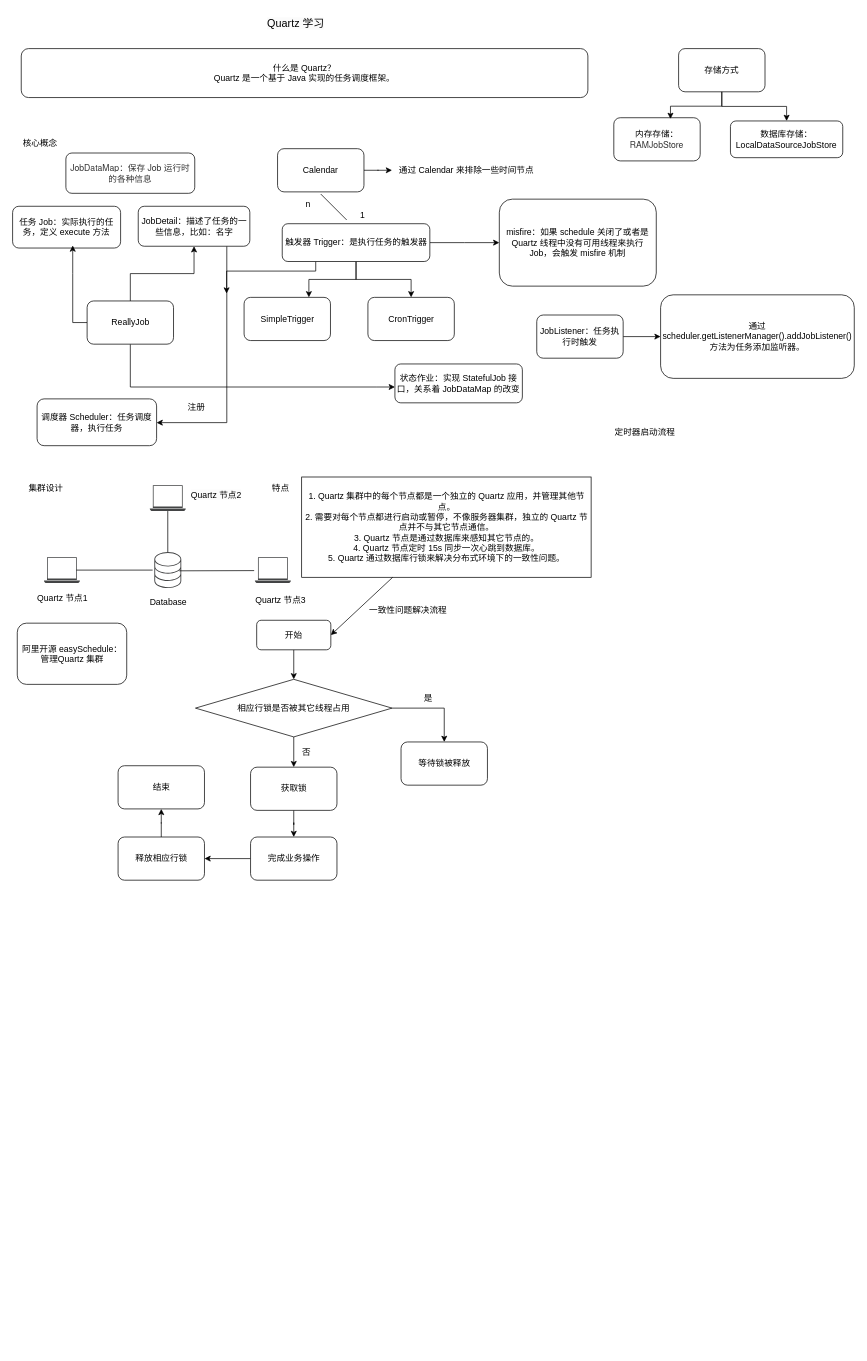
The draw.io diagram Quartz 学习.drawio in moliwqf/draw_resp, before the edit. Source tidied: cells renumbered, new cells numbered last; positions are measured from the earlier drawing's top-left corner, leaving out a move shared by most shapes. Both pictures are drawn from the tidied source at 72%, with x=0, y=0 at pixel (12, 12).
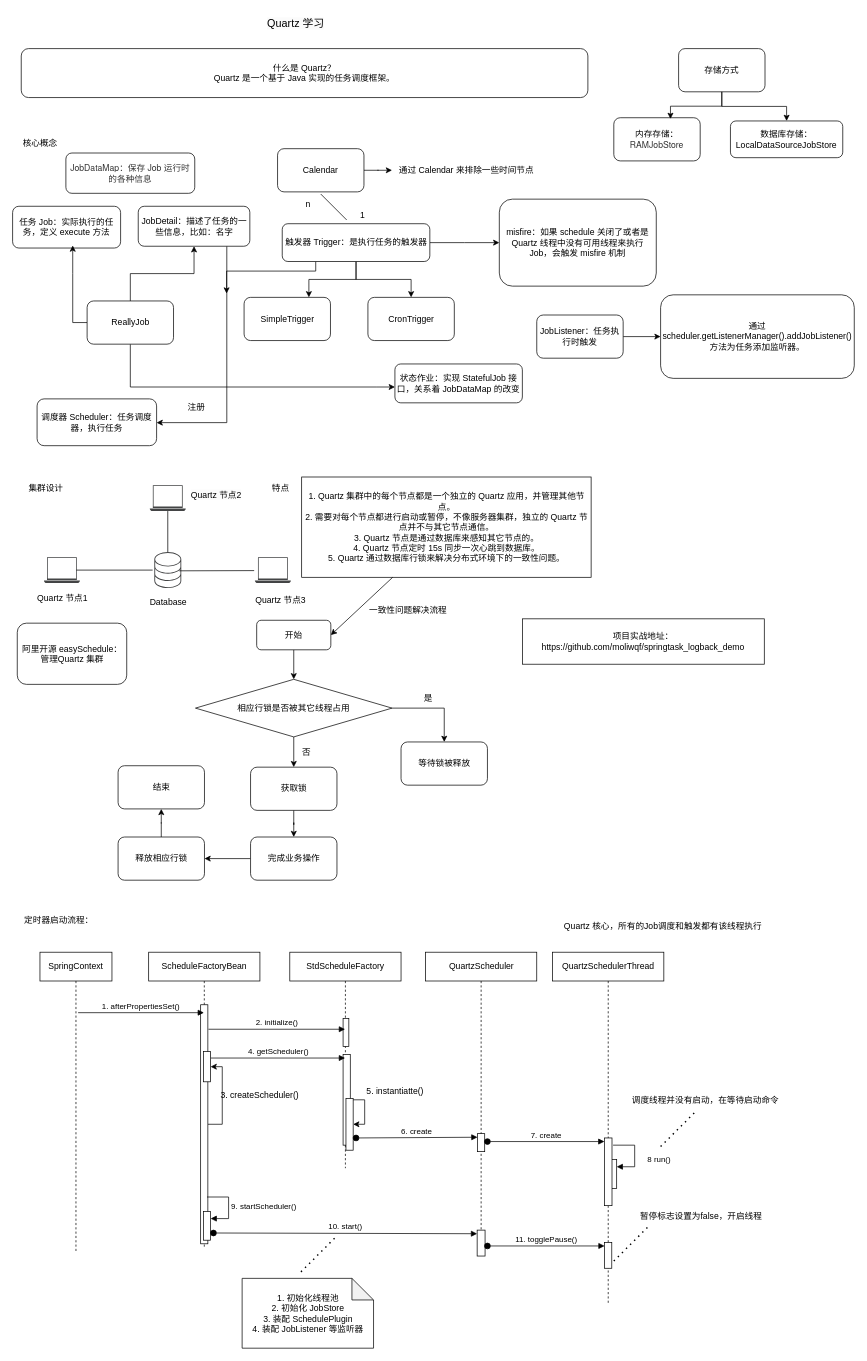
The same diagram, later.

What changed in the source:
```diff
@@
-    <mxCell id="70" value="定时器启动流程" style="text;html=1;align=center;verticalAlign=middle;strokeColor=none;fillColor=none;" parent="1" vertex="1">
-      <mxGeometry x="827" y="570" width="102" height="26" as="geometry" />
-    </mxCell>
+    <mxCell id="71" value="定时器启动流程：" style="text;html=1;align=center;verticalAlign=middle;strokeColor=none;fillColor=none;" parent="1" vertex="1">
+      <mxGeometry x="6.5" y="1248" width="114" height="26" as="geometry" />
+    </mxCell>
+    <mxCell id="72" value="SpringContext" style="shape=umlLifeline;perimeter=lifelinePerimeter;whiteSpace=wrap;html=1;newEdgeStyle={&quot;curved&quot;:0,&quot;rounded&quot;:0};" parent="1" vertex="1">
+      <mxGeometry x="38" y="1305" width="100" height="417" as="geometry" />
+    </mxCell>
+    <mxCell id="73" value="ScheduleFactoryBean" style="shape=umlLifeline;perimeter=lifelinePerimeter;whiteSpace=wrap;html=1;outlineConnect=0;portConstraint=eastwest;newEdgeStyle={&quot;curved&quot;:0,&quot;rounded&quot;:0};" parent="1" vertex="1">
+      <mxGeometry x="189" y="1305" width="154.5" height="409" as="geometry" />
+    </mxCell>
+    <mxCell id="74" style="edgeStyle=orthogonalEdgeStyle;rounded=0;jettySize=auto;html=1;curved=0;" parent="73" edge="1" source="75" target="76">
+      <mxGeometry relative="1" as="geometry" />
+    </mxCell>
+    <mxCell id="75" style="html=1;points=[[0,0,0,0,5],[0,1,0,0,-5],[1,0,0,0,5],[1,1,0,0,-5]];perimeter=orthogonalPerimeter;outlineConnect=0;targetShapes=umlLifeline;portConstraint=eastwest;newEdgeStyle={&quot;curved&quot;:0,&quot;rounded&quot;:0};" parent="73" vertex="1">
+      <mxGeometry x="72.2" y="73" width="10" height="332" as="geometry" />
+    </mxCell>
+    <mxCell id="76" style="html=1;points=[[0,0,0,0,5],[0,1,0,0,-5],[1,0,0,0,5],[1,1,0,0,-5]];perimeter=orthogonalPerimeter;outlineConnect=0;targetShapes=umlLifeline;portConstraint=eastwest;newEdgeStyle={&quot;curved&quot;:0,&quot;rounded&quot;:0};" parent="73" vertex="1">
+      <mxGeometry x="76" y="138" width="10" height="42" as="geometry" />
+    </mxCell>
+    <mxCell id="77" style="html=1;points=[[0,0,0,0,5],[0,1,0,0,-5],[1,0,0,0,5],[1,1,0,0,-5]];perimeter=orthogonalPerimeter;outlineConnect=0;targetShapes=umlLifeline;portConstraint=eastwest;newEdgeStyle={&quot;curved&quot;:0,&quot;rounded&quot;:0};" parent="73" vertex="1">
+      <mxGeometry x="76" y="360" width="10" height="40" as="geometry" />
+    </mxCell>
+    <mxCell id="78" value="9. startScheduler()" style="html=1;align=left;spacingLeft=2;endArrow=block;rounded=0;edgeStyle=orthogonalEdgeStyle;curved=0;rounded=0;" parent="73" edge="1" target="77">
+      <mxGeometry relative="1" as="geometry">
+        <mxPoint x="81" y="340" as="sourcePoint" />
+        <Array as="points">
+          <mxPoint x="111" y="370" />
+        </Array>
+      </mxGeometry>
+    </mxCell>
+    <mxCell id="79" value="StdScheduleFactory" style="shape=umlLifeline;perimeter=lifelinePerimeter;whiteSpace=wrap;html=1;outlineConnect=0;portConstraint=eastwest;newEdgeStyle={&quot;curved&quot;:0,&quot;rounded&quot;:0};" parent="1" vertex="1">
+      <mxGeometry x="385" y="1305" width="154.5" height="300" as="geometry" />
+    </mxCell>
+    <mxCell id="80" style="html=1;perimeter=orthogonalPerimeter;targetShapes=umlLifeline;newEdgeStyle={&quot;curved&quot;:0,&quot;rounded&quot;:0};" parent="79" vertex="1">
+      <mxGeometry x="74" y="92" width="8" height="39" as="geometry" />
+    </mxCell>
+    <mxCell id="81" style="edgeStyle=orthogonalEdgeStyle;rounded=0;jettySize=auto;html=1;curved=0;" parent="79" edge="1" source="82" target="83">
+      <mxGeometry relative="1" as="geometry" />
+    </mxCell>
+    <mxCell id="82" style="html=1;points=[[0,0,0,0,5],[0,1,0,0,-5],[1,0,0,0,5],[1,1,0,0,-5]];perimeter=orthogonalPerimeter;outlineConnect=0;targetShapes=umlLifeline;portConstraint=eastwest;newEdgeStyle={&quot;curved&quot;:0,&quot;rounded&quot;:0};" parent="79" vertex="1">
+      <mxGeometry x="74" y="142" width="10" height="126" as="geometry" />
+    </mxCell>
+    <mxCell id="83" style="html=1;points=[[0,0,0,0,5],[0,1,0,0,-5],[1,0,0,0,5],[1,1,0,0,-5]];perimeter=orthogonalPerimeter;outlineConnect=0;targetShapes=umlLifeline;portConstraint=eastwest;newEdgeStyle={&quot;curved&quot;:0,&quot;rounded&quot;:0};" parent="79" vertex="1">
+      <mxGeometry x="78" y="203" width="10" height="72" as="geometry" />
+    </mxCell>
+    <mxCell id="84" value="QuartzScheduler" style="shape=umlLifeline;perimeter=lifelinePerimeter;whiteSpace=wrap;html=1;newEdgeStyle={&quot;curved&quot;:0,&quot;rounded&quot;:0};" parent="1" vertex="1">
+      <mxGeometry x="573.5" y="1305" width="154.5" height="419" as="geometry" />
+    </mxCell>
+    <mxCell id="85" style="html=1;points=[[0,0,0,0,5],[0,1,0,0,-5],[1,0,0,0,5],[1,1,0,0,-5]];perimeter=orthogonalPerimeter;outlineConnect=0;targetShapes=umlLifeline;portConstraint=eastwest;newEdgeStyle={&quot;curved&quot;:0,&quot;rounded&quot;:0};" parent="84" vertex="1">
+      <mxGeometry x="72.2" y="252" width="10" height="25" as="geometry" />
+    </mxCell>
+    <mxCell id="86" value="QuartzSchedulerThread" style="shape=umlLifeline;perimeter=lifelinePerimeter;whiteSpace=wrap;html=1;newEdgeStyle={&quot;curved&quot;:0,&quot;rounded&quot;:0};" parent="1" vertex="1">
+      <mxGeometry x="750" y="1305" width="154.5" height="489" as="geometry" />
+    </mxCell>
+    <mxCell id="87" style="html=1;points=[[0,0,0,0,5],[0,1,0,0,-5],[1,0,0,0,5],[1,1,0,0,-5]];perimeter=orthogonalPerimeter;outlineConnect=0;targetShapes=umlLifeline;portConstraint=eastwest;newEdgeStyle={&quot;curved&quot;:0,&quot;rounded&quot;:0};" parent="86" vertex="1">
+      <mxGeometry x="79" y="288" width="10" height="40" as="geometry" />
+    </mxCell>
+    <mxCell id="88" value="8 run()" style="html=1;align=left;spacingLeft=2;endArrow=block;rounded=0;edgeStyle=orthogonalEdgeStyle;curved=0;rounded=0;" parent="86" edge="1" target="87">
+      <mxGeometry x="0.18" y="14" relative="1" as="geometry">
+        <mxPoint x="84" y="268" as="sourcePoint" />
+        <Array as="points">
+          <mxPoint x="114" y="298" />
+        </Array>
+      </mxGeometry>
+    </mxCell>
+    <mxCell id="89" style="html=1;points=[[0,0,0,0,5],[0,1,0,0,-5],[1,0,0,0,5],[1,1,0,0,-5]];perimeter=orthogonalPerimeter;outlineConnect=0;targetShapes=umlLifeline;portConstraint=eastwest;newEdgeStyle={&quot;curved&quot;:0,&quot;rounded&quot;:0};" parent="86" vertex="1">
+      <mxGeometry x="72.2" y="403" width="10" height="36" as="geometry" />
+    </mxCell>
+    <mxCell id="90" value="1. afterPropertiesSet()" style="html=1;verticalAlign=bottom;endArrow=block;curved=0;rounded=0;" parent="1" edge="1" target="73">
+      <mxGeometry relative="1" as="geometry">
+        <mxPoint x="91" y="1389" as="sourcePoint" />
+      </mxGeometry>
+    </mxCell>
+    <mxCell id="91" value="2. initialize()" style="html=1;verticalAlign=bottom;endArrow=block;curved=0;rounded=0;" parent="1" edge="1" target="79">
+      <mxGeometry relative="1" as="geometry">
+        <mxPoint x="272" y="1412" as="sourcePoint" />
+      </mxGeometry>
+    </mxCell>
+    <mxCell id="92" value="3. createScheduler()" style="text;html=1;align=center;verticalAlign=middle;strokeColor=none;fillColor=none;" parent="1" vertex="1">
+      <mxGeometry x="279" y="1491" width="127" height="26" as="geometry" />
+    </mxCell>
+    <mxCell id="93" value="4. getScheduler()" style="html=1;verticalAlign=bottom;endArrow=block;curved=0;rounded=0;" parent="1" edge="1" target="79">
+      <mxGeometry relative="1" as="geometry">
+        <mxPoint x="275.5" y="1452" as="sourcePoint" />
+      </mxGeometry>
+    </mxCell>
+    <mxCell id="94" value="5. instantiatte()" style="text;html=1;align=center;verticalAlign=middle;strokeColor=none;fillColor=none;" parent="1" vertex="1">
+      <mxGeometry x="482.5" y="1485" width="97" height="26" as="geometry" />
+    </mxCell>
+    <mxCell id="95" value="6. create" style="html=1;verticalAlign=bottom;startArrow=oval;endArrow=block;startSize=8;curved=0;rounded=0;entryX=0;entryY=0;entryDx=0;entryDy=5;" parent="1" edge="1" target="85">
+      <mxGeometry relative="1" as="geometry">
+        <mxPoint x="477" y="1563" as="sourcePoint" />
+      </mxGeometry>
+    </mxCell>
+    <mxCell id="96" style="html=1;points=[[0,0,0,0,5],[0,1,0,0,-5],[1,0,0,0,5],[1,1,0,0,-5]];perimeter=orthogonalPerimeter;outlineConnect=0;targetShapes=umlLifeline;portConstraint=eastwest;newEdgeStyle={&quot;curved&quot;:0,&quot;rounded&quot;:0};" parent="1" vertex="1">
+      <mxGeometry x="822" y="1563" width="10.5" height="94" as="geometry" />
+    </mxCell>
+    <mxCell id="97" value="7. create" style="html=1;verticalAlign=bottom;startArrow=oval;endArrow=block;startSize=8;curved=0;rounded=0;entryX=0;entryY=0;entryDx=0;entryDy=5;" parent="1" edge="1" target="96">
+      <mxGeometry relative="1" as="geometry">
+        <mxPoint x="659.5" y="1568" as="sourcePoint" />
+      </mxGeometry>
+    </mxCell>
+    <mxCell id="98" value="Quartz 核心，所有的Job调度和触发都有该线程执行" style="text;html=1;align=center;verticalAlign=middle;strokeColor=none;fillColor=none;" parent="1" vertex="1">
+      <mxGeometry x="756" y="1256" width="293" height="26" as="geometry" />
+    </mxCell>
+    <mxCell id="99" style="endArrow=none;dashed=1;html=1;dashPattern=1 3;strokeWidth=2;rounded=0;" parent="1" edge="1">
+      <mxGeometry relative="1" as="geometry">
+        <mxPoint x="900" y="1575" as="sourcePoint" />
+        <mxPoint x="950" y="1525" as="targetPoint" />
+      </mxGeometry>
+    </mxCell>
+    <mxCell id="100" value="调度线程并没有启动，在等待启动命令" style="text;html=1;align=center;verticalAlign=middle;strokeColor=none;fillColor=none;" parent="1" vertex="1">
+      <mxGeometry x="851" y="1498" width="222" height="26" as="geometry" />
+    </mxCell>
+    <mxCell id="101" style="html=1;points=[[0,0,0,0,5],[0,1,0,0,-5],[1,0,0,0,5],[1,1,0,0,-5]];perimeter=orthogonalPerimeter;outlineConnect=0;targetShapes=umlLifeline;portConstraint=eastwest;newEdgeStyle={&quot;curved&quot;:0,&quot;rounded&quot;:0};" parent="1" vertex="1">
+      <mxGeometry x="645.2" y="1691" width="11" height="36" as="geometry" />
+    </mxCell>
+    <mxCell id="102" value="10. start()" style="html=1;verticalAlign=bottom;startArrow=oval;endArrow=block;startSize=8;curved=0;rounded=0;entryX=0;entryY=0;entryDx=0;entryDy=5;" parent="1" edge="1" target="101">
+      <mxGeometry relative="1" as="geometry">
+        <mxPoint x="279" y="1695" as="sourcePoint" />
+      </mxGeometry>
+    </mxCell>
+    <mxCell id="103" value="11. togglePause()" style="html=1;verticalAlign=bottom;startArrow=oval;endArrow=block;startSize=8;curved=0;rounded=0;entryX=0;entryY=0;entryDx=0;entryDy=5;" parent="1" edge="1" target="89">
+      <mxGeometry relative="1" as="geometry">
+        <mxPoint x="659.5" y="1713" as="sourcePoint" />
+      </mxGeometry>
+    </mxCell>
+    <mxCell id="104" style="endArrow=none;dashed=1;html=1;dashPattern=1 3;strokeWidth=2;rounded=0;" parent="1" edge="1">
+      <mxGeometry relative="1" as="geometry">
+        <mxPoint x="835" y="1734" as="sourcePoint" />
+        <mxPoint x="885" y="1684" as="targetPoint" />
+      </mxGeometry>
+    </mxCell>
+    <mxCell id="105" value="暂停标志设置为false，开启线程" style="text;html=1;align=center;verticalAlign=middle;strokeColor=none;fillColor=none;" parent="1" vertex="1">
+      <mxGeometry x="862" y="1659" width="187" height="26" as="geometry" />
+    </mxCell>
+    <mxCell id="106" style="endArrow=none;dashed=1;html=1;dashPattern=1 3;strokeWidth=2;rounded=0;" parent="1" edge="1">
+      <mxGeometry relative="1" as="geometry">
+        <mxPoint x="400.5" y="1749" as="sourcePoint" />
+        <mxPoint x="450.5" y="1699" as="targetPoint" />
+      </mxGeometry>
+    </mxCell>
+    <mxCell id="107" value="1. 初始化线程池&lt;div&gt;2. 初始化 JobStore&lt;/div&gt;&lt;div&gt;3. 装配 SchedulePlugin&lt;/div&gt;&lt;div&gt;4. 装配 JobListener 等监听器&lt;/div&gt;" style="shape=note;whiteSpace=wrap;html=1;backgroundOutline=1;darkOpacity=0.05;" parent="1" vertex="1">
+      <mxGeometry x="318.8" y="1758" width="182.5" height="97" as="geometry" />
+    </mxCell>
+    <mxCell id="108" value="项目实战地址：https://github.com/moliwqf/springtask_logback_demo" style="rounded=0;whiteSpace=wrap;html=1;" parent="1" vertex="1">
+      <mxGeometry x="708" y="842" width="336" height="63" as="geometry" />
+    </mxCell>
```
